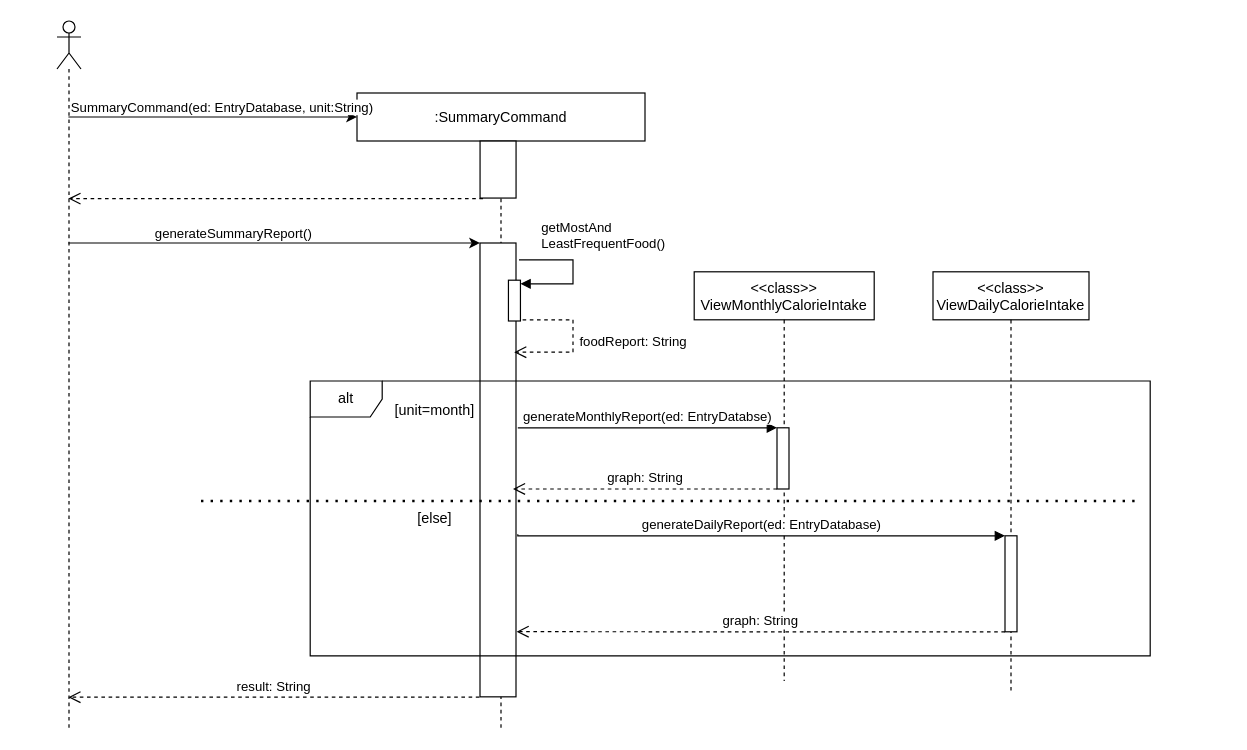
The draw.io diagram docs/diagrams/Summary Command Diagram.drawio in praj-bellakka/tp, before the edit. Source tidied: cells renumbered, new cells numbered last; positions are measured from the earlier drawing's top-left corner, leaving out a move shared by most shapes. Both pictures are drawn from the tidied source at 120%, with x=0, y=0 at pixel (56, 20).
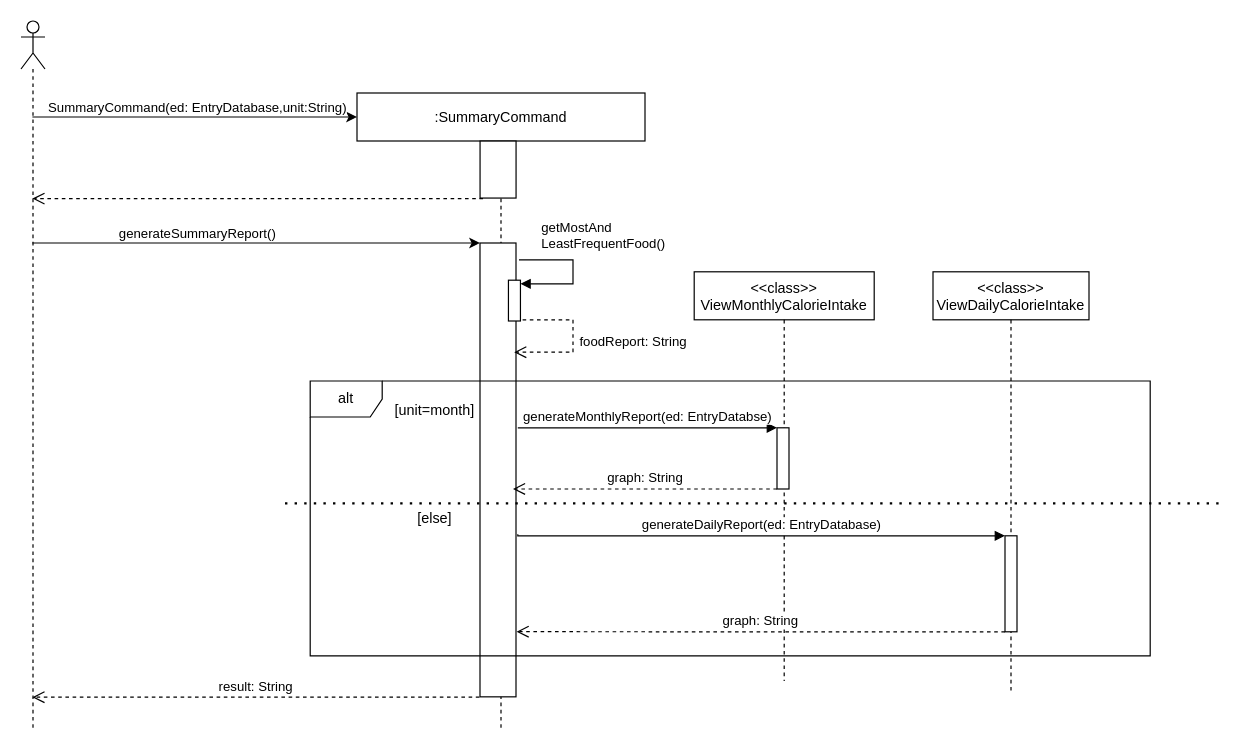
After the change.

The change refers to these unchanged cells:
```xml
<mxCell id="10" style="endArrow=classic;html=1;rounded=0;edgeStyle=orthogonalEdgeStyle;" parent="1" edge="1" source="26">
  <mxGeometry relative="1" as="geometry">
    <mxPoint x="250" y="80" as="targetPoint" />
    <Array as="points">
      <mxPoint x="100" y="80" />
      <mxPoint x="100" y="80" />
    </Array>
  </mxGeometry>
</mxCell>
```

The edit, as a diff of the source:
```diff
@@
-    <mxCell id="11" value="SummaryCommand(ed: EntryDatabase, unit:String)" style="edgeLabel;html=1;align=left;verticalAlign=bottom;" parent="10" vertex="1">
-      <mxGeometry x="-1" relative="1" as="geometry" />
+    <mxCell id="11" value="SummaryCommand(ed: EntryDatabase,unit:String)" style="edgeLabel;html=1;align=left;verticalAlign=bottom;" parent="10" vertex="1">
+      <mxGeometry x="-1" relative="1" as="geometry">
+        <mxPoint x="11" as="offset" />
+      </mxGeometry>
     </mxCell>
@@
     <mxCell id="19" style="endArrow=none;dashed=1;html=1;dashPattern=1 3;strokeWidth=2;rounded=0;edgeStyle=orthogonalEdgeStyle;" parent="1" edge="1">
       <mxGeometry relative="1" as="geometry">
-        <mxPoint x="120" y="400" as="sourcePoint" />
-        <mxPoint x="902" y="400" as="targetPoint" />
+        <mxPoint x="190" y="402" as="sourcePoint" />
+        <mxPoint x="972" y="402" as="targetPoint" />
         <Array as="points">
-          <mxPoint x="120" y="400" />
-          <mxPoint x="270" y="400" />
+          <mxPoint x="190" y="402" />
+          <mxPoint x="340" y="402" />
         </Array>
       </mxGeometry>
     </mxCell>
@@
     <mxCell id="26" style="shape=umlLifeline;participant=umlActor;perimeter=lifelinePerimeter;whiteSpace=wrap;html=1;verticalAlign=top;spacingTop=36;outlineConnect=0;" parent="1" vertex="1">
-      <mxGeometry width="20" height="590" as="geometry" />
+      <mxGeometry x="-30" width="20" height="590" as="geometry" />
     </mxCell>
```
